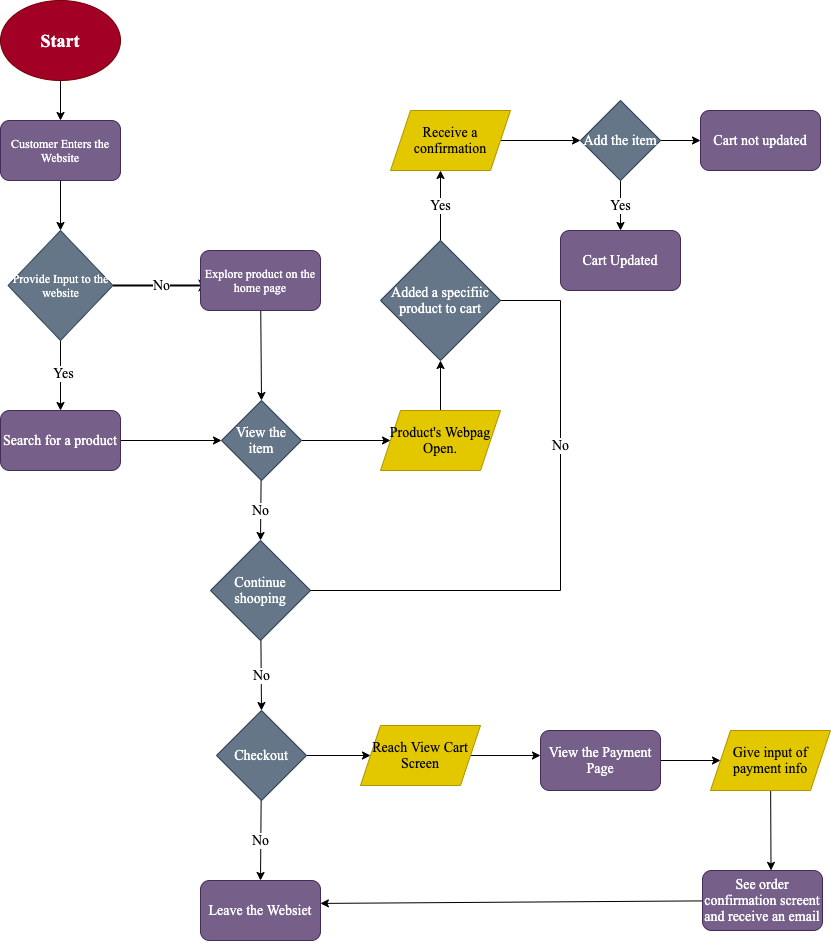
Above: explore/diagramming/diagram.drawio.png in Yr-Nemsis/fa22-cse110-lab4 (draw.io), before the change. Source tidied: cells renumbered, new cells last; positions are measured from the earlier drawing's top-left corner, leaving out a move shared by most shapes. Its diagram source:
```xml
<mxGraphModel>
  <root>
    <mxCell id="0" />
    <mxCell id="1" parent="0" />
    <mxCell id="2" style="edgeStyle=none;html=1;entryX=0.5;entryY=0;entryDx=0;entryDy=0;fontFamily=Times New Roman;" parent="1" edge="1" source="3" target="5">
      <mxGeometry relative="1" as="geometry" />
    </mxCell>
    <mxCell id="3" value="&lt;h2&gt;&lt;font face=&quot;Times New Roman&quot;&gt;Start&lt;/font&gt;&lt;/h2&gt;" style="ellipse;whiteSpace=wrap;html=1;fillColor=#a20025;fontColor=#ffffff;strokeColor=#6F0000;" parent="1" vertex="1">
      <mxGeometry width="120" height="80" as="geometry" />
    </mxCell>
    <mxCell id="4" style="edgeStyle=none;html=1;entryX=0.5;entryY=0;entryDx=0;entryDy=0;fontFamily=Times New Roman;" parent="1" edge="1" source="5" target="9">
      <mxGeometry relative="1" as="geometry" />
    </mxCell>
    <mxCell id="5" value="Customer Enters the Website" style="rounded=1;whiteSpace=wrap;html=1;fontFamily=Times New Roman;fillColor=#76608a;strokeColor=#432D57;fontColor=#ffffff;" parent="1" vertex="1">
      <mxGeometry y="120" width="120" height="60" as="geometry" />
    </mxCell>
    <mxCell id="6" value="&lt;font style=&quot;font-size: 14px&quot;&gt;No&lt;/font&gt;" style="edgeStyle=none;html=1;entryX=0.083;entryY=0.583;entryDx=0;entryDy=0;entryPerimeter=0;fontFamily=Times New Roman;strokeWidth=2;" parent="1" edge="1" source="9" target="11">
      <mxGeometry relative="1" as="geometry" />
    </mxCell>
    <mxCell id="7" style="edgeStyle=none;html=1;entryX=0.5;entryY=0;entryDx=0;entryDy=0;fontFamily=Times New Roman;fontSize=14;strokeWidth=1;" parent="1" edge="1" source="9" target="13">
      <mxGeometry relative="1" as="geometry" />
    </mxCell>
    <mxCell id="8" value="Yes" style="edgeLabel;html=1;align=center;verticalAlign=middle;fontSize=14;fontFamily=Times New Roman;" parent="7" vertex="1">
      <mxGeometry x="-0.09" y="2" relative="1" as="geometry" />
    </mxCell>
    <mxCell id="9" value="Provide Input to the website" style="rhombus;whiteSpace=wrap;html=1;fontFamily=Times New Roman;fillColor=#647687;fontColor=#ffffff;strokeColor=#314354;" parent="1" vertex="1">
      <mxGeometry x="7.5" y="230" width="105" height="110" as="geometry" />
    </mxCell>
    <mxCell id="10" style="edgeStyle=none;html=1;entryX=0.5;entryY=0;entryDx=0;entryDy=0;fontFamily=Times New Roman;fontSize=14;strokeWidth=1;" parent="1" edge="1" source="11" target="25">
      <mxGeometry relative="1" as="geometry" />
    </mxCell>
    <mxCell id="11" value="Explore product on the home page" style="rounded=1;whiteSpace=wrap;html=1;fontFamily=Times New Roman;fillColor=#76608a;fontColor=#ffffff;strokeColor=#432D57;" parent="1" vertex="1">
      <mxGeometry x="200" y="250" width="120" height="60" as="geometry" />
    </mxCell>
    <mxCell id="12" style="edgeStyle=none;html=1;entryX=0;entryY=0.5;entryDx=0;entryDy=0;fontFamily=Times New Roman;fontSize=14;strokeWidth=1;" parent="1" edge="1" source="13" target="25">
      <mxGeometry relative="1" as="geometry" />
    </mxCell>
    <mxCell id="13" value="Search for a product" style="rounded=1;whiteSpace=wrap;html=1;fontFamily=Times New Roman;fontSize=14;fillColor=#76608a;fontColor=#ffffff;strokeColor=#432D57;" parent="1" vertex="1">
      <mxGeometry y="410" width="120" height="60" as="geometry" />
    </mxCell>
    <mxCell id="14" value="Yes&lt;br&gt;" style="edgeStyle=none;html=1;entryX=0.5;entryY=1;entryDx=0;entryDy=0;fontFamily=Times New Roman;fontSize=14;strokeWidth=1;" parent="1" edge="1" source="15">
      <mxGeometry relative="1" as="geometry">
        <mxPoint x="440" y="170" as="targetPoint" />
      </mxGeometry>
    </mxCell>
    <mxCell id="15" value="Added a specifiic product to cart" style="rhombus;whiteSpace=wrap;html=1;fontFamily=Times New Roman;fontSize=14;fillColor=#647687;fontColor=#ffffff;strokeColor=#314354;" parent="1" vertex="1">
      <mxGeometry x="380" y="240" width="120" height="120" as="geometry" />
    </mxCell>
    <mxCell id="16" value="No" style="edgeStyle=none;html=1;entryX=0.5;entryY=0;entryDx=0;entryDy=0;fontFamily=Times New Roman;fontSize=14;strokeWidth=1;" parent="1" edge="1" source="17" target="20">
      <mxGeometry relative="1" as="geometry" />
    </mxCell>
    <mxCell id="17" value="Continue shooping" style="rhombus;whiteSpace=wrap;html=1;fontFamily=Times New Roman;fontSize=14;fillColor=#647687;fontColor=#ffffff;strokeColor=#314354;" parent="1" vertex="1">
      <mxGeometry x="210" y="540" width="100" height="100" as="geometry" />
    </mxCell>
    <mxCell id="18" style="edgeStyle=none;html=1;entryX=0;entryY=0.5;entryDx=0;entryDy=0;fontFamily=Times New Roman;fontSize=14;strokeWidth=1;" parent="1" edge="1" source="20" target="38">
      <mxGeometry relative="1" as="geometry" />
    </mxCell>
    <mxCell id="19" value="No" style="edgeStyle=none;html=1;entryX=0.5;entryY=0;entryDx=0;entryDy=0;fontFamily=Times New Roman;fontSize=14;strokeWidth=1;" parent="1" edge="1" source="20" target="21">
      <mxGeometry relative="1" as="geometry" />
    </mxCell>
    <mxCell id="20" value="Checkout" style="rhombus;whiteSpace=wrap;html=1;fontFamily=Times New Roman;fontSize=14;fillColor=#647687;fontColor=#ffffff;strokeColor=#314354;" parent="1" vertex="1">
      <mxGeometry x="216" y="710" width="90" height="90" as="geometry" />
    </mxCell>
    <mxCell id="21" value="Leave the Websiet" style="rounded=1;whiteSpace=wrap;html=1;fontFamily=Times New Roman;fontSize=14;fillColor=#76608a;fontColor=#ffffff;strokeColor=#432D57;" parent="1" vertex="1">
      <mxGeometry x="200" y="880" width="120" height="60" as="geometry" />
    </mxCell>
    <mxCell id="22" style="edgeStyle=none;html=1;fontFamily=Times New Roman;fontSize=14;strokeWidth=1;" parent="1" edge="1">
      <mxGeometry relative="1" as="geometry">
        <mxPoint x="500" y="140" as="sourcePoint" />
        <mxPoint x="580" y="140" as="targetPoint" />
      </mxGeometry>
    </mxCell>
    <mxCell id="23" style="edgeStyle=none;html=1;entryX=0;entryY=0.5;entryDx=0;entryDy=0;fontFamily=Times New Roman;fontSize=14;strokeWidth=1;" parent="1" edge="1" source="25" target="27">
      <mxGeometry relative="1" as="geometry" />
    </mxCell>
    <mxCell id="24" value="No" style="edgeStyle=none;html=1;entryX=0.5;entryY=0;entryDx=0;entryDy=0;fontFamily=Times New Roman;fontSize=14;strokeWidth=1;" parent="1" edge="1" source="25" target="17">
      <mxGeometry relative="1" as="geometry" />
    </mxCell>
    <mxCell id="25" value="View the item" style="rhombus;whiteSpace=wrap;html=1;fontFamily=Times New Roman;fontSize=14;fillColor=#647687;fontColor=#ffffff;strokeColor=#314354;" parent="1" vertex="1">
      <mxGeometry x="221" y="400" width="80" height="80" as="geometry" />
    </mxCell>
    <mxCell id="26" style="edgeStyle=none;html=1;fontFamily=Times New Roman;fontSize=14;strokeWidth=1;" parent="1" edge="1" source="27" target="15">
      <mxGeometry relative="1" as="geometry" />
    </mxCell>
    <mxCell id="27" value="Product's Webpag Open." style="shape=parallelogram;perimeter=parallelogramPerimeter;whiteSpace=wrap;html=1;fixedSize=1;fontFamily=Times New Roman;fontSize=14;fillColor=#e3c800;fontColor=#000000;strokeColor=#B09500;" parent="1" vertex="1">
      <mxGeometry x="380" y="410" width="120" height="60" as="geometry" />
    </mxCell>
    <mxCell id="28" style="endArrow=none;html=1;fontFamily=Times New Roman;fontSize=14;strokeWidth=1;" parent="1" edge="1">
      <mxGeometry relative="1" as="geometry">
        <mxPoint x="500" y="300" as="sourcePoint" />
        <mxPoint x="560" y="300" as="targetPoint" />
      </mxGeometry>
    </mxCell>
    <mxCell id="29" value="No" style="endArrow=none;html=1;fontFamily=Times New Roman;fontSize=14;strokeWidth=1;" parent="1" edge="1">
      <mxGeometry relative="1" as="geometry">
        <mxPoint x="560" y="590" as="sourcePoint" />
        <mxPoint x="560" y="300" as="targetPoint" />
      </mxGeometry>
    </mxCell>
    <mxCell id="30" style="endArrow=none;html=1;fontFamily=Times New Roman;fontSize=14;strokeWidth=1;" parent="1" edge="1">
      <mxGeometry relative="1" as="geometry">
        <mxPoint x="310" y="590" as="sourcePoint" />
        <mxPoint x="560" y="590" as="targetPoint" />
      </mxGeometry>
    </mxCell>
    <mxCell id="31" value="Receive a confirmation" style="shape=parallelogram;perimeter=parallelogramPerimeter;whiteSpace=wrap;html=1;fixedSize=1;fontFamily=Times New Roman;fontSize=14;fillColor=#e3c800;fontColor=#000000;strokeColor=#B09500;" parent="1" vertex="1">
      <mxGeometry x="390" y="110" width="120" height="60" as="geometry" />
    </mxCell>
    <mxCell id="32" value="Yes" style="edgeStyle=none;html=1;entryX=0.5;entryY=0;entryDx=0;entryDy=0;fontFamily=Times New Roman;fontSize=14;strokeWidth=1;" parent="1" edge="1" source="34" target="35">
      <mxGeometry relative="1" as="geometry" />
    </mxCell>
    <mxCell id="33" style="edgeStyle=none;html=1;entryX=0;entryY=0.5;entryDx=0;entryDy=0;fontFamily=Times New Roman;fontSize=14;strokeWidth=1;" parent="1" edge="1" source="34" target="36">
      <mxGeometry relative="1" as="geometry" />
    </mxCell>
    <mxCell id="34" value="Add the item" style="rhombus;whiteSpace=wrap;html=1;fontFamily=Times New Roman;fontSize=14;fillColor=#647687;fontColor=#ffffff;strokeColor=#314354;" parent="1" vertex="1">
      <mxGeometry x="580" y="100" width="80" height="80" as="geometry" />
    </mxCell>
    <mxCell id="35" value="Cart Updated" style="rounded=1;whiteSpace=wrap;html=1;fontFamily=Times New Roman;fontSize=14;fillColor=#76608a;fontColor=#ffffff;strokeColor=#432D57;" parent="1" vertex="1">
      <mxGeometry x="560" y="230" width="120" height="60" as="geometry" />
    </mxCell>
    <mxCell id="36" value="Cart not updated" style="rounded=1;whiteSpace=wrap;html=1;fontFamily=Times New Roman;fontSize=14;fillColor=#76608a;fontColor=#ffffff;strokeColor=#432D57;" parent="1" vertex="1">
      <mxGeometry x="700" y="110" width="120" height="60" as="geometry" />
    </mxCell>
    <mxCell id="37" style="edgeStyle=none;html=1;entryX=0;entryY=0.417;entryDx=0;entryDy=0;entryPerimeter=0;fontFamily=Times New Roman;fontSize=14;strokeWidth=1;" parent="1" edge="1" source="38" target="40">
      <mxGeometry relative="1" as="geometry" />
    </mxCell>
    <mxCell id="38" value="Reach View Cart Screen" style="shape=parallelogram;perimeter=parallelogramPerimeter;whiteSpace=wrap;html=1;fixedSize=1;fontFamily=Times New Roman;fontSize=14;fillColor=#e3c800;fontColor=#000000;strokeColor=#B09500;" parent="1" vertex="1">
      <mxGeometry x="360" y="725" width="120" height="60" as="geometry" />
    </mxCell>
    <mxCell id="39" style="edgeStyle=none;html=1;entryX=0;entryY=0.5;entryDx=0;entryDy=0;fontFamily=Times New Roman;fontSize=14;strokeWidth=1;" parent="1" edge="1" source="40" target="42">
      <mxGeometry relative="1" as="geometry" />
    </mxCell>
    <mxCell id="40" value="View the Payment Page" style="rounded=1;whiteSpace=wrap;html=1;fontFamily=Times New Roman;fontSize=14;fillColor=#76608a;fontColor=#ffffff;strokeColor=#432D57;" parent="1" vertex="1">
      <mxGeometry x="540" y="730" width="120" height="60" as="geometry" />
    </mxCell>
    <mxCell id="41" style="edgeStyle=none;html=1;entryX=0.571;entryY=-0.002;entryDx=0;entryDy=0;entryPerimeter=0;fontFamily=Times New Roman;fontSize=14;strokeWidth=1;" parent="1" edge="1" source="42" target="44">
      <mxGeometry relative="1" as="geometry" />
    </mxCell>
    <mxCell id="42" value="Give input of payment info" style="shape=parallelogram;perimeter=parallelogramPerimeter;whiteSpace=wrap;html=1;fixedSize=1;fontFamily=Times New Roman;fontSize=14;fillColor=#e3c800;fontColor=#000000;strokeColor=#B09500;" parent="1" vertex="1">
      <mxGeometry x="710" y="730" width="120" height="60" as="geometry" />
    </mxCell>
    <mxCell id="43" style="edgeStyle=none;html=1;entryX=0.999;entryY=0.382;entryDx=0;entryDy=0;entryPerimeter=0;fontFamily=Times New Roman;fontSize=14;strokeWidth=1;" parent="1" edge="1" source="44" target="21">
      <mxGeometry relative="1" as="geometry" />
    </mxCell>
    <mxCell id="44" value="See order confirmation screent and receive an email" style="rounded=1;whiteSpace=wrap;html=1;fontFamily=Times New Roman;fontSize=14;fillColor=#76608a;fontColor=#ffffff;strokeColor=#432D57;" parent="1" vertex="1">
      <mxGeometry x="702" y="870" width="120" height="60" as="geometry" />
    </mxCell>
  </root>
</mxGraphModel>
```
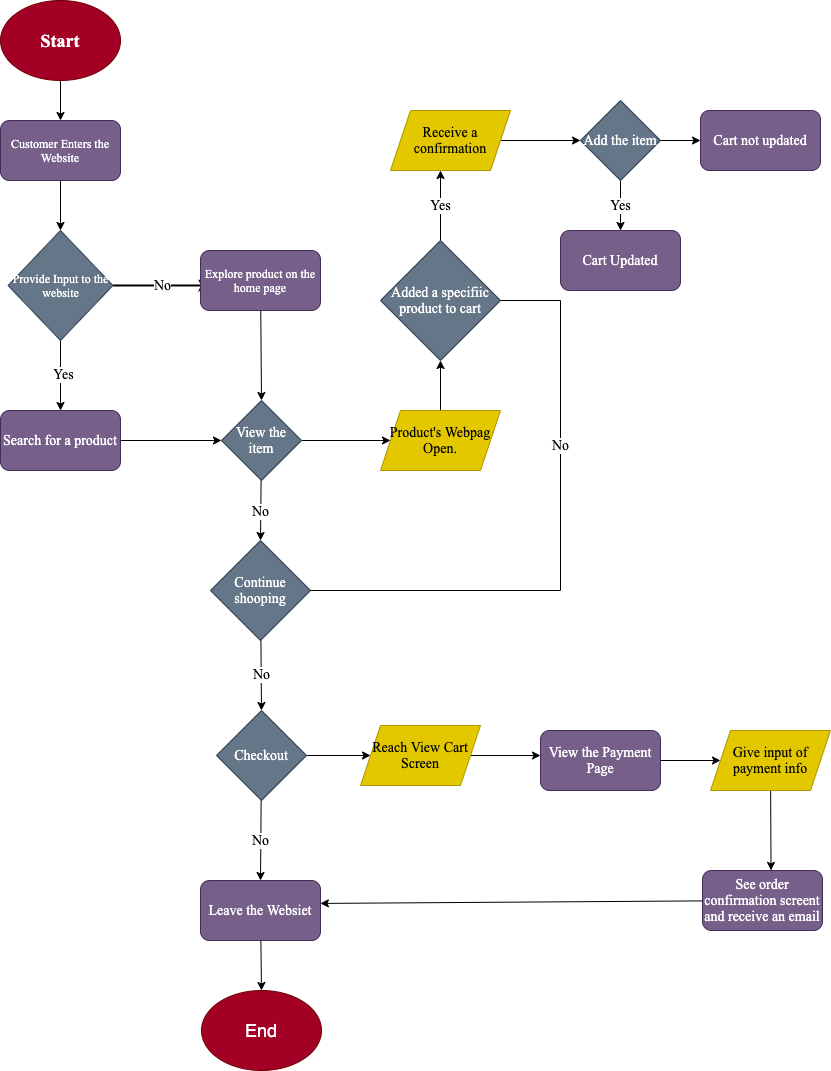
After the commit.

What changed in the source:
```diff
@@ -61,6 +61,9 @@
     <mxCell id="20" value="Checkout" style="rhombus;whiteSpace=wrap;html=1;fontFamily=Times New Roman;fontSize=14;fillColor=#647687;fontColor=#ffffff;strokeColor=#314354;" parent="1" vertex="1">
       <mxGeometry x="216" y="710" width="90" height="90" as="geometry" />
     </mxCell>
+    <mxCell id="45" style="edgeStyle=none;html=1;entryX=0.5;entryY=0;entryDx=0;entryDy=0;fontSize=18;" parent="1" edge="1" source="21" target="46">
+      <mxGeometry relative="1" as="geometry" />
+    </mxCell>
     <mxCell id="21" value="Leave the Websiet" style="rounded=1;whiteSpace=wrap;html=1;fontFamily=Times New Roman;fontSize=14;fillColor=#76608a;fontColor=#ffffff;strokeColor=#432D57;" parent="1" vertex="1">
       <mxGeometry x="200" y="880" width="120" height="60" as="geometry" />
     </mxCell>
@@ -145,5 +148,8 @@
     <mxCell id="44" value="See order confirmation screent and receive an email" style="rounded=1;whiteSpace=wrap;html=1;fontFamily=Times New Roman;fontSize=14;fillColor=#76608a;fontColor=#ffffff;strokeColor=#432D57;" parent="1" vertex="1">
       <mxGeometry x="702" y="870" width="120" height="60" as="geometry" />
     </mxCell>
+    <mxCell id="46" value="&lt;font style=&quot;font-size: 18px&quot;&gt;End&lt;/font&gt;" style="ellipse;whiteSpace=wrap;html=1;fillColor=#a20025;fontColor=#ffffff;strokeColor=#6F0000;" parent="1" vertex="1">
+      <mxGeometry x="201" y="990" width="120" height="80" as="geometry" />
+    </mxCell>
   </root>
 </mxGraphModel>
```
